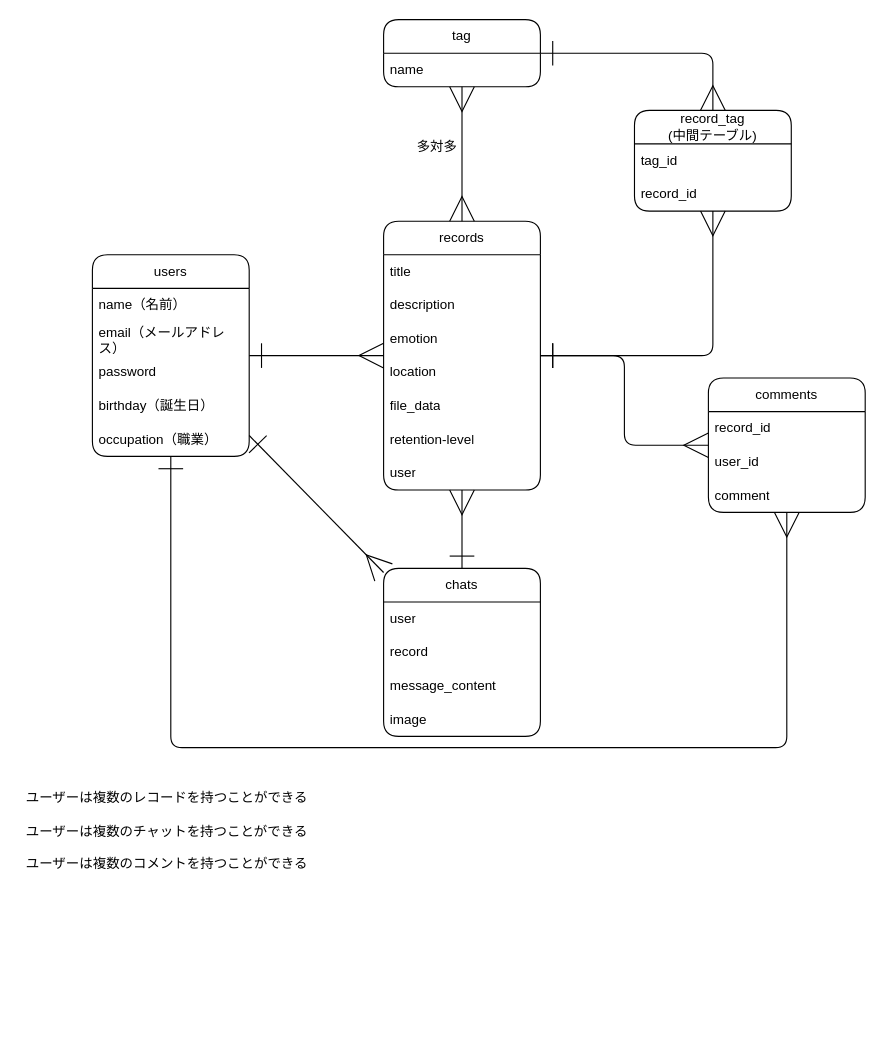
Above: hibirog.dio in HayateOhsawa/hibirog (draw.io), before the change. Source tidied: cells renumbered, new cells numbered last; positions are measured from the earlier drawing's top-left corner, leaving out a move shared by most shapes. Both pictures are drawn from the tidied source at 112%, with x=0, y=0 at pixel (19, 19).
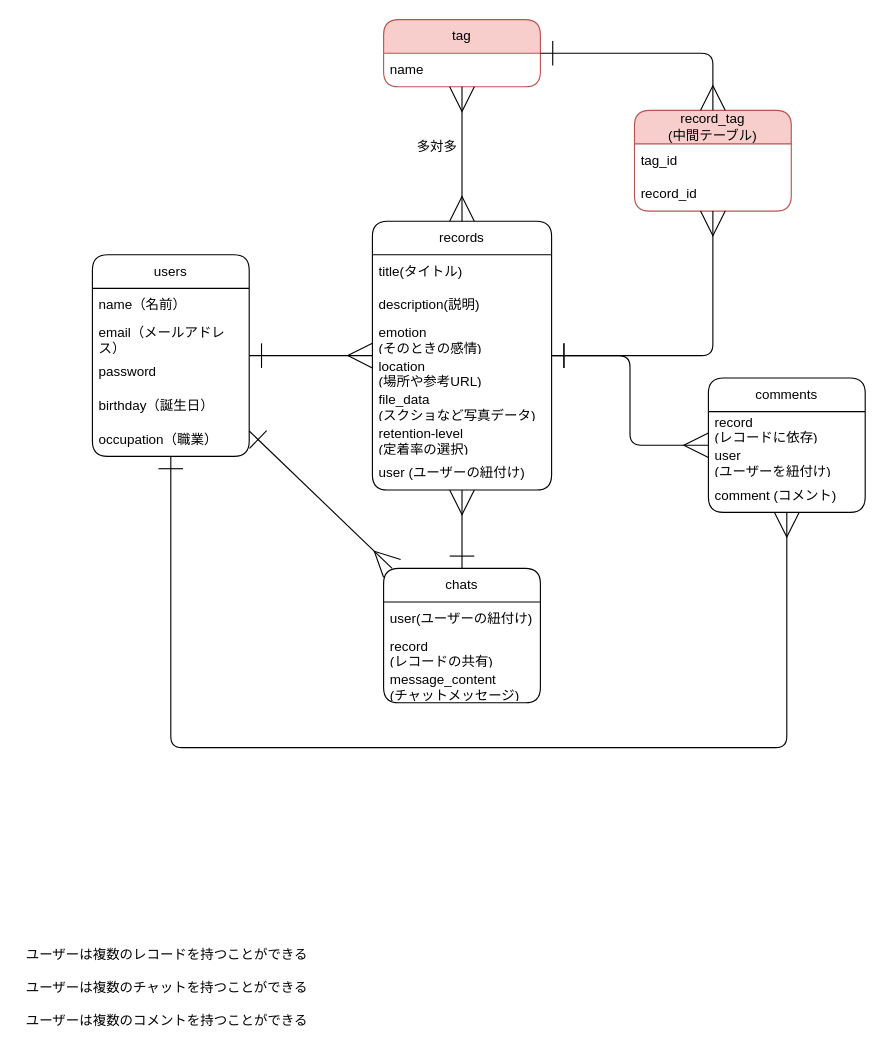
The same diagram, later.

The change refers to these unchanged cells:
```xml
<mxCell id="21" value="comments" style="swimlane;fontStyle=0;horizontal=1;startSize=30;whiteSpace=wrap;html=1;rounded=1;fontSize=12;" parent="1" vertex="1">
  <mxGeometry x="615" y="320" width="140" height="120" as="geometry" />
</mxCell>
```

What changed in the source:
```diff
@@
     <mxCell id="8" value="records" style="swimlane;fontStyle=0;horizontal=1;startSize=30;whiteSpace=wrap;html=1;rounded=1;hachureGap=4;fontFamily=Helvetica;fontSize=12;" parent="1" vertex="1">
-      <mxGeometry x="325" y="180" width="140" height="240" as="geometry" />
+      <mxGeometry x="315" y="180" width="160" height="240" as="geometry" />
     </mxCell>
-    <mxCell id="9" value="title" style="text;strokeColor=none;fillColor=none;align=left;verticalAlign=middle;spacingLeft=4;spacingRight=4;overflow=hidden;whiteSpace=wrap;html=1;fontSize=12;rounded=1;hachureGap=4;fontFamily=Helvetica;" parent="8" vertex="1">
-      <mxGeometry y="30" width="140" height="30" as="geometry" />
+    <mxCell id="9" value="title(タイトル)" style="text;strokeColor=none;fillColor=none;align=left;verticalAlign=middle;spacingLeft=4;spacingRight=4;overflow=hidden;whiteSpace=wrap;html=1;fontSize=12;rounded=1;hachureGap=4;fontFamily=Helvetica;" parent="8" vertex="1">
+      <mxGeometry y="30" width="160" height="30" as="geometry" />
     </mxCell>
-    <mxCell id="10" value="description" style="text;strokeColor=none;fillColor=none;align=left;verticalAlign=middle;spacingLeft=4;spacingRight=4;overflow=hidden;whiteSpace=wrap;html=1;fontSize=12;rounded=1;hachureGap=4;fontFamily=Helvetica;" parent="8" vertex="1">
-      <mxGeometry y="60" width="140" height="30" as="geometry" />
+    <mxCell id="10" value="description&lt;span style=&quot;background-color: transparent;&quot;&gt;(説明)&lt;/span&gt;" style="text;strokeColor=none;fillColor=none;align=left;verticalAlign=middle;spacingLeft=4;spacingRight=4;overflow=hidden;whiteSpace=wrap;html=1;fontSize=12;rounded=1;hachureGap=4;fontFamily=Helvetica;" parent="8" vertex="1">
+      <mxGeometry y="60" width="160" height="30" as="geometry" />
     </mxCell>
-    <mxCell id="11" value="emotion" style="text;strokeColor=none;fillColor=none;align=left;verticalAlign=middle;spacingLeft=4;spacingRight=4;overflow=hidden;whiteSpace=wrap;html=1;fontSize=12;rounded=1;hachureGap=4;fontFamily=Helvetica;" parent="8" vertex="1">
-      <mxGeometry y="90" width="140" height="30" as="geometry" />
+    <mxCell id="11" value="emotion&lt;div&gt;(そのときの感情)&lt;/div&gt;" style="text;strokeColor=none;fillColor=none;align=left;verticalAlign=middle;spacingLeft=4;spacingRight=4;overflow=hidden;whiteSpace=wrap;html=1;fontSize=12;rounded=1;hachureGap=4;fontFamily=Helvetica;" parent="8" vertex="1">
+      <mxGeometry y="90" width="160" height="30" as="geometry" />
     </mxCell>
-    <mxCell id="12" value="location" style="text;strokeColor=none;fillColor=none;align=left;verticalAlign=middle;spacingLeft=4;spacingRight=4;overflow=hidden;whiteSpace=wrap;html=1;fontSize=12;rounded=1;hachureGap=4;fontFamily=Helvetica;" parent="8" vertex="1">
-      <mxGeometry y="120" width="140" height="30" as="geometry" />
+    <mxCell id="12" value="location&lt;div&gt;(場所や参考URL)&lt;/div&gt;" style="text;strokeColor=none;fillColor=none;align=left;verticalAlign=middle;spacingLeft=4;spacingRight=4;overflow=hidden;whiteSpace=wrap;html=1;fontSize=12;rounded=1;hachureGap=4;fontFamily=Helvetica;" parent="8" vertex="1">
+      <mxGeometry y="120" width="160" height="30" as="geometry" />
     </mxCell>
-    <mxCell id="13" value="file_data" style="text;strokeColor=none;fillColor=none;align=left;verticalAlign=middle;spacingLeft=4;spacingRight=4;overflow=hidden;whiteSpace=wrap;html=1;fontSize=12;rounded=1;hachureGap=4;fontFamily=Helvetica;" parent="8" vertex="1">
-      <mxGeometry y="150" width="140" height="30" as="geometry" />
+    <mxCell id="13" value="file_data&lt;div&gt;(スクショなど写真データ)&lt;/div&gt;" style="text;strokeColor=none;fillColor=none;align=left;verticalAlign=middle;spacingLeft=4;spacingRight=4;overflow=hidden;whiteSpace=wrap;html=1;fontSize=12;rounded=1;hachureGap=4;fontFamily=Helvetica;" parent="8" vertex="1">
+      <mxGeometry y="150" width="160" height="30" as="geometry" />
     </mxCell>
-    <mxCell id="14" value="retention-level" style="text;strokeColor=none;fillColor=none;align=left;verticalAlign=middle;spacingLeft=4;spacingRight=4;overflow=hidden;whiteSpace=wrap;html=1;fontSize=12;rounded=1;hachureGap=4;fontFamily=Helvetica;" parent="8" vertex="1">
-      <mxGeometry y="180" width="140" height="30" as="geometry" />
+    <mxCell id="14" value="retention-level&lt;div&gt;(定着率の選択)&lt;/div&gt;" style="text;strokeColor=none;fillColor=none;align=left;verticalAlign=middle;spacingLeft=4;spacingRight=4;overflow=hidden;whiteSpace=wrap;html=1;fontSize=12;rounded=1;hachureGap=4;fontFamily=Helvetica;" parent="8" vertex="1">
+      <mxGeometry y="180" width="160" height="30" as="geometry" />
     </mxCell>
-    <mxCell id="15" value="user" style="text;strokeColor=none;fillColor=none;align=left;verticalAlign=middle;spacingLeft=4;spacingRight=4;overflow=hidden;whiteSpace=wrap;html=1;fontSize=12;rounded=1;hachureGap=4;fontFamily=Helvetica;" parent="8" vertex="1">
-      <mxGeometry y="210" width="140" height="30" as="geometry" />
+    <mxCell id="15" value="user (ユーザーの紐付け)" style="text;strokeColor=none;fillColor=none;align=left;verticalAlign=middle;spacingLeft=4;spacingRight=4;overflow=hidden;whiteSpace=wrap;html=1;fontSize=12;rounded=1;hachureGap=4;fontFamily=Helvetica;" parent="8" vertex="1">
+      <mxGeometry y="210" width="160" height="30" as="geometry" />
     </mxCell>
     <mxCell id="16" value="chats" style="swimlane;fontStyle=0;horizontal=1;startSize=30;whiteSpace=wrap;html=1;rounded=1;fontSize=12;" parent="1" vertex="1">
-      <mxGeometry x="325" y="490" width="140" height="150" as="geometry" />
+      <mxGeometry x="325" y="490" width="140" height="120" as="geometry" />
     </mxCell>
-    <mxCell id="17" value="user" style="text;strokeColor=none;fillColor=none;align=left;verticalAlign=middle;spacingLeft=4;spacingRight=4;overflow=hidden;whiteSpace=wrap;html=1;rounded=1;fontSize=12;" parent="16" vertex="1">
+    <mxCell id="17" value="user(ユーザーの紐付け)" style="text;strokeColor=none;fillColor=none;align=left;verticalAlign=middle;spacingLeft=4;spacingRight=4;overflow=hidden;whiteSpace=wrap;html=1;rounded=1;fontSize=12;" parent="16" vertex="1">
       <mxGeometry y="30" width="140" height="30" as="geometry" />
     </mxCell>
-    <mxCell id="18" value="record" style="text;strokeColor=none;fillColor=none;align=left;verticalAlign=middle;spacingLeft=4;spacingRight=4;overflow=hidden;whiteSpace=wrap;html=1;rounded=1;fontSize=12;" parent="16" vertex="1">
+    <mxCell id="18" value="record&lt;br&gt;(レコードの共有)" style="text;strokeColor=none;fillColor=none;align=left;verticalAlign=middle;spacingLeft=4;spacingRight=4;overflow=hidden;whiteSpace=wrap;html=1;rounded=1;fontSize=12;" parent="16" vertex="1">
       <mxGeometry y="60" width="140" height="30" as="geometry" />
     </mxCell>
-    <mxCell id="19" value="message_content" style="text;strokeColor=none;fillColor=none;align=left;verticalAlign=middle;spacingLeft=4;spacingRight=4;overflow=hidden;whiteSpace=wrap;html=1;rounded=1;fontSize=12;" parent="16" vertex="1">
+    <mxCell id="19" value="message_content&lt;div&gt;(チャットメッセージ)&lt;/div&gt;" style="text;strokeColor=none;fillColor=none;align=left;verticalAlign=middle;spacingLeft=4;spacingRight=4;overflow=hidden;whiteSpace=wrap;html=1;rounded=1;fontSize=12;" parent="16" vertex="1">
       <mxGeometry y="90" width="140" height="30" as="geometry" />
     </mxCell>
-    <mxCell id="20" value="image" style="text;strokeColor=none;fillColor=none;align=left;verticalAlign=middle;spacingLeft=4;spacingRight=4;overflow=hidden;whiteSpace=wrap;html=1;rounded=1;fontSize=12;" parent="16" vertex="1">
-      <mxGeometry y="120" width="140" height="30" as="geometry" />
-    </mxCell>
@@
-    <mxCell id="22" value="record_id" style="text;strokeColor=none;fillColor=none;align=left;verticalAlign=middle;spacingLeft=4;spacingRight=4;overflow=hidden;whiteSpace=wrap;html=1;rounded=1;fontSize=12;" parent="21" vertex="1">
+    <mxCell id="22" value="record&amp;nbsp;&lt;div&gt;(レコードに依存)&lt;/div&gt;" style="text;strokeColor=none;fillColor=none;align=left;verticalAlign=middle;spacingLeft=4;spacingRight=4;overflow=hidden;whiteSpace=wrap;html=1;rounded=1;fontSize=12;" parent="21" vertex="1">
       <mxGeometry y="30" width="140" height="30" as="geometry" />
     </mxCell>
-    <mxCell id="23" value="user_id" style="text;strokeColor=none;fillColor=none;align=left;verticalAlign=middle;spacingLeft=4;spacingRight=4;overflow=hidden;whiteSpace=wrap;html=1;rounded=1;fontSize=12;" parent="21" vertex="1">
+    <mxCell id="23" value="user&lt;div&gt;(ユーザーを紐付け)&lt;/div&gt;" style="text;strokeColor=none;fillColor=none;align=left;verticalAlign=middle;spacingLeft=4;spacingRight=4;overflow=hidden;whiteSpace=wrap;html=1;rounded=1;fontSize=12;" parent="21" vertex="1">
       <mxGeometry y="60" width="140" height="30" as="geometry" />
     </mxCell>
-    <mxCell id="24" value="comment" style="text;strokeColor=none;fillColor=none;align=left;verticalAlign=middle;spacingLeft=4;spacingRight=4;overflow=hidden;whiteSpace=wrap;html=1;rounded=1;fontSize=12;" parent="21" vertex="1">
+    <mxCell id="24" value="comment (コメント)" style="text;strokeColor=none;fillColor=none;align=left;verticalAlign=middle;spacingLeft=4;spacingRight=4;overflow=hidden;whiteSpace=wrap;html=1;rounded=1;fontSize=12;" parent="21" vertex="1">
       <mxGeometry y="90" width="140" height="30" as="geometry" />
     </mxCell>
-    <mxCell id="25" value="tag" style="swimlane;fontStyle=0;horizontal=1;startSize=30;whiteSpace=wrap;html=1;rounded=1;" parent="1" vertex="1">
+    <mxCell id="25" value="tag" style="swimlane;fontStyle=0;horizontal=1;startSize=30;whiteSpace=wrap;html=1;rounded=1;fillColor=#f8cecc;strokeColor=#b85450;" parent="1" vertex="1">
       <mxGeometry x="325" width="140" height="60" as="geometry" />
     </mxCell>
@@
-    <mxCell id="27" value="record_tag&lt;div&gt;(中間テーブル)&lt;/div&gt;" style="swimlane;fontStyle=0;horizontal=1;startSize=30;whiteSpace=wrap;html=1;rounded=1;" parent="1" vertex="1">
+    <mxCell id="27" value="record_tag&lt;div&gt;(中間テーブル)&lt;/div&gt;" style="swimlane;fontStyle=0;horizontal=1;startSize=30;whiteSpace=wrap;html=1;rounded=1;fillColor=#f8cecc;strokeColor=#b85450;" parent="1" vertex="1">
       <mxGeometry x="549" y="81" width="140" height="90" as="geometry" />
     </mxCell>
@@
     <mxCell id="40" value="ユーザーは複数のレコードを持つことができる" style="text;strokeColor=none;fillColor=none;align=left;verticalAlign=middle;spacingLeft=4;spacingRight=4;overflow=hidden;whiteSpace=wrap;html=1;fontFamily=Helvetica;fontSize=12;fontColor=default;labelBackgroundColor=default;" parent="1" vertex="1">
-      <mxGeometry y="680" width="270" height="30" as="geometry" />
+      <mxGeometry y="820" width="270" height="30" as="geometry" />
     </mxCell>
     <mxCell id="41" value="ユーザーは複数のチャットを持つことができる" style="text;strokeColor=none;fillColor=none;align=left;verticalAlign=middle;spacingLeft=4;spacingRight=4;overflow=hidden;whiteSpace=wrap;html=1;fontFamily=Helvetica;fontSize=12;fontColor=default;labelBackgroundColor=default;" parent="1" vertex="1">
-      <mxGeometry y="710" width="270" height="30" as="geometry" />
+      <mxGeometry y="850" width="270" height="30" as="geometry" />
     </mxCell>
     <mxCell id="42" value="ユーザーは複数のコメントを持つことができる" style="text;strokeColor=none;fillColor=none;align=left;verticalAlign=middle;spacingLeft=4;spacingRight=4;overflow=hidden;whiteSpace=wrap;html=1;fontFamily=Helvetica;fontSize=12;fontColor=default;labelBackgroundColor=default;" parent="1" vertex="1">
-      <mxGeometry y="739" width="270" height="30" as="geometry" />
+      <mxGeometry y="879" width="270" height="30" as="geometry" />
     </mxCell>
```
